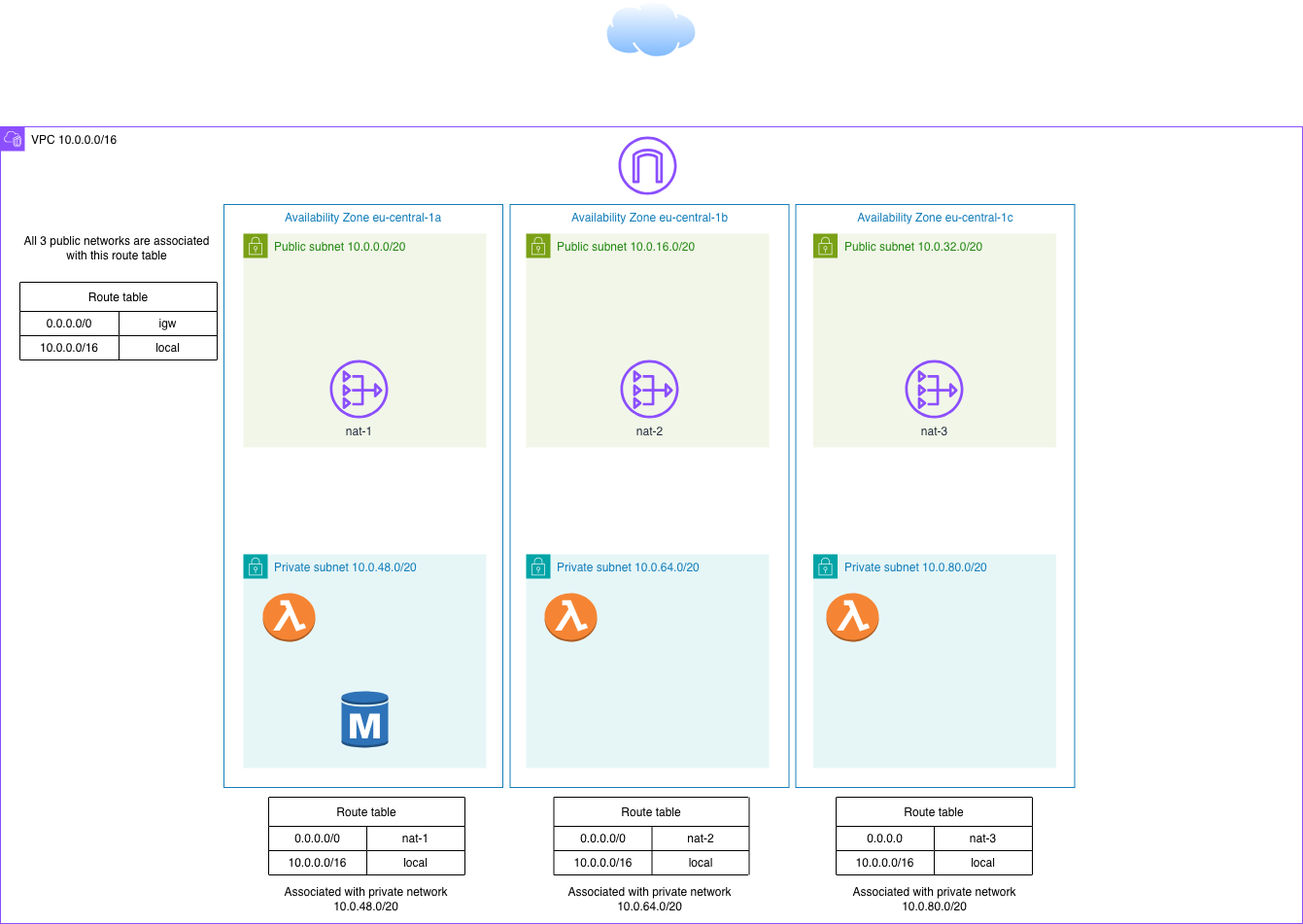
This is diagramm.drawio.png from apapazisis/aws-vpc, a draw.io export, as it was before one commit. Source tidied: cells renumbered, new cells last; positions are measured from the earlier drawing's top-left corner, leaving out a move shared by most shapes.
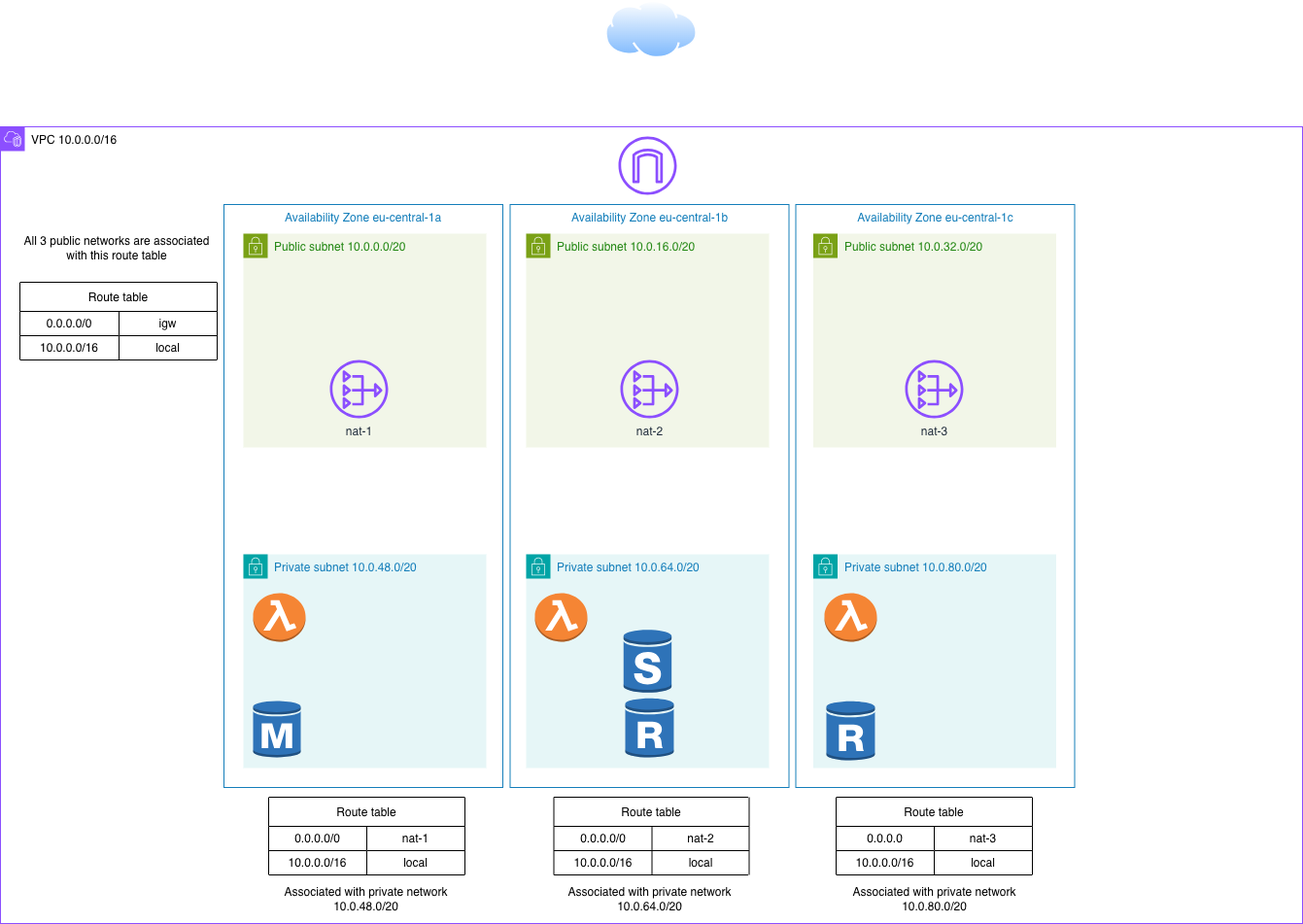
The same file after the commit.

Change to the diagram source:
```diff
@@ -17,11 +17,8 @@
     <mxCell id="6" value="Private subnet 10.0.48.0/20" style="gradientColor=none;html=1;whiteSpace=wrap;fontSize=12;fontStyle=0;shape=mxgraph.aws4.group;grIcon=mxgraph.aws4.group_security_group;grStroke=0;strokeColor=#00A4A6;fillColor=#E6F6F7;verticalAlign=top;align=left;spacingLeft=30;fontColor=#147EBA;dashed=0;" parent="2" vertex="1">
       <mxGeometry x="250" y="440" width="250" height="220" as="geometry" />
     </mxCell>
-    <mxCell id="7" style="dashed=0;verticalLabelPosition=bottom;verticalAlign=top;align=center;html=1;shape=mxgraph.aws3.rds_db_instance;fillColor=#2E73B8;gradientColor=none;" parent="6" vertex="1">
-      <mxGeometry x="101" y="140" width="48" height="60" as="geometry" />
-    </mxCell>
     <mxCell id="8" style="dashed=0;verticalLabelPosition=bottom;verticalAlign=top;align=center;html=1;shape=mxgraph.aws3.lambda_function;fillColor=#F58534;gradientColor=none;" parent="6" vertex="1">
-      <mxGeometry x="20" y="40" width="54" height="50" as="geometry" />
+      <mxGeometry x="10" y="40" width="54" height="50" as="geometry" />
     </mxCell>
     <mxCell id="9" value="Public subnet 10.0.0.0/20" style="gradientColor=none;html=1;whiteSpace=wrap;fontSize=12;fontStyle=0;shape=mxgraph.aws4.group;grIcon=mxgraph.aws4.group_security_group;grStroke=0;strokeColor=#7AA116;fillColor=#F2F6E8;verticalAlign=top;align=left;spacingLeft=30;fontColor=#248814;dashed=0;" parent="2" vertex="1">
       <mxGeometry x="250" y="110" width="250" height="220" as="geometry" />
@@ -45,13 +42,16 @@
       <mxGeometry x="541" y="440" width="250" height="220" as="geometry" />
     </mxCell>
     <mxCell id="16" style="dashed=0;verticalLabelPosition=bottom;verticalAlign=top;align=center;html=1;shape=mxgraph.aws3.lambda_function;fillColor=#F58534;gradientColor=none;" parent="15" vertex="1">
-      <mxGeometry x="19" y="40" width="54" height="50" as="geometry" />
+      <mxGeometry x="9" y="40" width="54" height="50" as="geometry" />
     </mxCell>
+    <mxCell id="53" style="dashed=0;verticalLabelPosition=bottom;verticalAlign=top;align=center;html=1;shape=mxgraph.aws3.rds_db_instance_standby_multi_az;fillColor=#2E73B8;gradientColor=none;" parent="15" vertex="1">
+      <mxGeometry x="100.2" y="77" width="49.5" height="66" as="geometry" />
+    </mxCell>
     <mxCell id="17" value="Private subnet 10.0.80.0/20" style="gradientColor=none;html=1;whiteSpace=wrap;fontSize=12;fontStyle=0;shape=mxgraph.aws4.group;grIcon=mxgraph.aws4.group_security_group;grStroke=0;strokeColor=#00A4A6;fillColor=#E6F6F7;verticalAlign=top;align=left;spacingLeft=30;fontColor=#147EBA;dashed=0;" parent="2" vertex="1">
       <mxGeometry x="836.5" y="440" width="250" height="220" as="geometry" />
     </mxCell>
     <mxCell id="18" style="dashed=0;verticalLabelPosition=bottom;verticalAlign=top;align=center;html=1;shape=mxgraph.aws3.lambda_function;fillColor=#F58534;gradientColor=none;" parent="17" vertex="1">
-      <mxGeometry x="13.5" y="40" width="54" height="50" as="geometry" />
+      <mxGeometry x="11.5" y="40" width="54" height="50" as="geometry" />
     </mxCell>
     <mxCell id="19" value="Route table" style="shape=table;startSize=30;labelBackgroundColor=none;labelBorderColor=none;" parent="2" vertex="1">
       <mxGeometry x="860" y="690" width="202" height="80" as="geometry" />
@@ -152,6 +152,15 @@
     <mxCell id="51" style="sketch=0;fontColor=#232F3E;gradientColor=none;fillColor=#8C4FFF;strokeColor=none;dashed=0;verticalLabelPosition=bottom;verticalAlign=top;align=center;html=1;fontSize=12;fontStyle=0;shape=mxgraph.aws4.internet_gateway;" parent="2" vertex="1">
       <mxGeometry x="636" y="10" width="60" height="60" as="geometry" />
     </mxCell>
+    <mxCell id="54" style="dashed=0;verticalLabelPosition=bottom;verticalAlign=top;align=center;html=1;shape=mxgraph.aws3.rds_db_instance_read_replica;fillColor=#2E73B8;gradientColor=none;" parent="2" vertex="1">
+      <mxGeometry x="643" y="587" width="50" height="63" as="geometry" />
+    </mxCell>
+    <mxCell id="7" style="dashed=0;verticalLabelPosition=bottom;verticalAlign=top;align=center;html=1;shape=mxgraph.aws3.rds_db_instance;fillColor=#2E73B8;gradientColor=none;" parent="2" vertex="1">
+      <mxGeometry x="260" y="590" width="49" height="60" as="geometry" />
+    </mxCell>
+    <mxCell id="55" style="dashed=0;verticalLabelPosition=bottom;verticalAlign=top;align=center;html=1;shape=mxgraph.aws3.rds_db_instance_read_replica;fillColor=#2E73B8;gradientColor=none;" parent="2" vertex="1">
+      <mxGeometry x="850" y="590" width="50" height="63" as="geometry" />
+    </mxCell>
     <mxCell id="52" style="image;perimeter=ellipsePerimeter;html=1;align=center;shadow=0;dashed=0;spacingTop=3;image=img/lib/active_directory/internet_cloud.svg;" parent="1" vertex="1">
       <mxGeometry x="622.4" width="95.2" height="60" as="geometry" />
     </mxCell>
```
